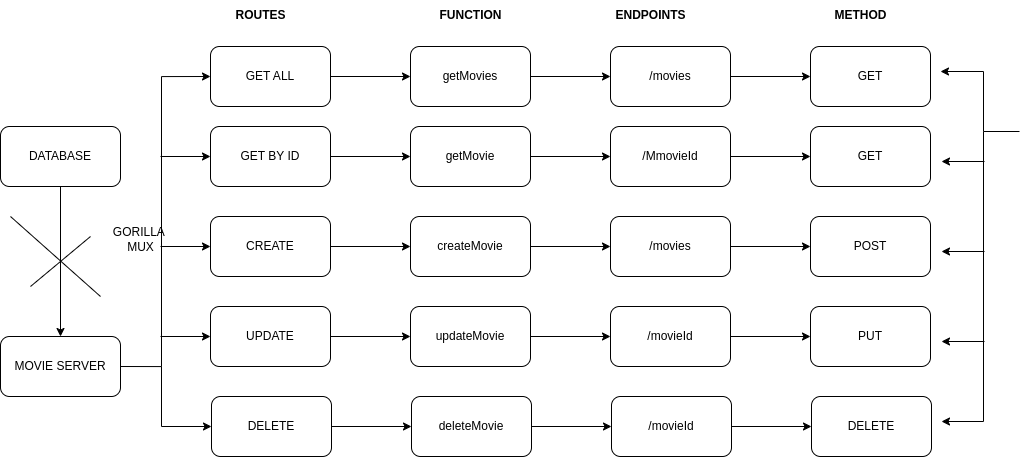
fakh1m/crudAPI keeps this draw.io diagram as CRUD API GOLANG.drawio.png. Above is the earlier version. Source tidied: cells renumbered, new cells last; positions are measured from the earlier drawing's top-left corner, leaving out a move shared by most shapes. The source it was exported from:
```xml
<mxGraphModel>
  <root>
    <mxCell id="0" />
    <mxCell id="1" parent="0" />
    <mxCell id="2" style="edgeStyle=orthogonalEdgeStyle;rounded=0;jettySize=auto;html=1;" parent="1" edge="1" source="3" target="5">
      <mxGeometry relative="1" as="geometry" />
    </mxCell>
    <mxCell id="3" value="DATABASE" style="rounded=1;whiteSpace=wrap;html=1;" parent="1" vertex="1">
      <mxGeometry y="126" width="120" height="60" as="geometry" />
    </mxCell>
    <mxCell id="4" style="edgeStyle=orthogonalEdgeStyle;rounded=0;jettySize=auto;html=1;exitX=1;exitY=0.5;exitDx=0;exitDy=0;" parent="1" edge="1" source="5">
      <mxGeometry relative="1" as="geometry">
        <mxPoint x="210" y="76" as="targetPoint" />
        <Array as="points">
          <mxPoint x="161" y="366" />
        </Array>
      </mxGeometry>
    </mxCell>
    <mxCell id="5" value="MOVIE SERVER" style="whiteSpace=wrap;html=1;rounded=1;" parent="1" vertex="1">
      <mxGeometry y="336" width="120" height="60" as="geometry" />
    </mxCell>
    <mxCell id="6" style="edgeStyle=orthogonalEdgeStyle;rounded=0;jettySize=auto;html=1;" parent="1" edge="1" source="7" target="23">
      <mxGeometry relative="1" as="geometry" />
    </mxCell>
    <mxCell id="7" value="GET ALL" style="rounded=1;whiteSpace=wrap;html=1;" parent="1" vertex="1">
      <mxGeometry x="210" y="46" width="120" height="60" as="geometry" />
    </mxCell>
    <mxCell id="8" style="endArrow=classic;html=1;rounded=0;" parent="1" edge="1">
      <mxGeometry relative="1" as="geometry">
        <mxPoint x="160" y="156" as="sourcePoint" />
        <mxPoint x="210" y="156" as="targetPoint" />
      </mxGeometry>
    </mxCell>
    <mxCell id="9" style="edgeStyle=orthogonalEdgeStyle;rounded=0;jettySize=auto;html=1;" parent="1" edge="1" source="10" target="28">
      <mxGeometry relative="1" as="geometry" />
    </mxCell>
    <mxCell id="10" value="GET BY ID" style="rounded=1;whiteSpace=wrap;html=1;" parent="1" vertex="1">
      <mxGeometry x="210" y="126" width="120" height="60" as="geometry" />
    </mxCell>
    <mxCell id="11" style="endArrow=classic;html=1;rounded=0;" parent="1" edge="1">
      <mxGeometry relative="1" as="geometry">
        <mxPoint x="160" y="246" as="sourcePoint" />
        <mxPoint x="210" y="246" as="targetPoint" />
      </mxGeometry>
    </mxCell>
    <mxCell id="12" style="edgeStyle=orthogonalEdgeStyle;rounded=0;jettySize=auto;html=1;" parent="1" edge="1" source="13" target="33">
      <mxGeometry relative="1" as="geometry" />
    </mxCell>
    <mxCell id="13" value="CREATE" style="rounded=1;whiteSpace=wrap;html=1;" parent="1" vertex="1">
      <mxGeometry x="210" y="216" width="120" height="60" as="geometry" />
    </mxCell>
    <mxCell id="14" style="endArrow=classic;html=1;rounded=0;" parent="1" edge="1">
      <mxGeometry relative="1" as="geometry">
        <mxPoint x="160" y="336" as="sourcePoint" />
        <mxPoint x="210" y="336" as="targetPoint" />
      </mxGeometry>
    </mxCell>
    <mxCell id="15" style="edgeStyle=orthogonalEdgeStyle;rounded=0;jettySize=auto;html=1;" parent="1" edge="1" source="16" target="38">
      <mxGeometry relative="1" as="geometry" />
    </mxCell>
    <mxCell id="16" value="UPDATE" style="rounded=1;whiteSpace=wrap;html=1;" parent="1" vertex="1">
      <mxGeometry x="210" y="306" width="120" height="60" as="geometry" />
    </mxCell>
    <mxCell id="17" style="endArrow=classic;html=1;rounded=0;" parent="1" edge="1">
      <mxGeometry relative="1" as="geometry">
        <mxPoint x="161" y="366" as="sourcePoint" />
        <mxPoint x="211" y="426" as="targetPoint" />
        <Array as="points">
          <mxPoint x="161" y="426" />
        </Array>
      </mxGeometry>
    </mxCell>
    <mxCell id="18" style="edgeStyle=orthogonalEdgeStyle;rounded=0;jettySize=auto;html=1;" parent="1" edge="1" source="19" target="43">
      <mxGeometry relative="1" as="geometry" />
    </mxCell>
    <mxCell id="19" value="DELETE" style="rounded=1;whiteSpace=wrap;html=1;" parent="1" vertex="1">
      <mxGeometry x="211" y="396" width="120" height="60" as="geometry" />
    </mxCell>
    <mxCell id="20" style="endArrow=none;html=1;rounded=0;" parent="1" edge="1">
      <mxGeometry relative="1" as="geometry">
        <mxPoint x="30" y="286" as="sourcePoint" />
        <mxPoint x="90" y="236" as="targetPoint" />
      </mxGeometry>
    </mxCell>
    <mxCell id="21" style="endArrow=none;html=1;rounded=0;" parent="1" edge="1">
      <mxGeometry relative="1" as="geometry">
        <mxPoint x="10" y="216" as="sourcePoint" />
        <mxPoint x="100" y="296" as="targetPoint" />
      </mxGeometry>
    </mxCell>
    <mxCell id="22" style="edgeStyle=orthogonalEdgeStyle;rounded=0;jettySize=auto;html=1;" parent="1" edge="1" source="23" target="25">
      <mxGeometry relative="1" as="geometry" />
    </mxCell>
    <mxCell id="23" value="getMovies" style="whiteSpace=wrap;html=1;rounded=1;" parent="1" vertex="1">
      <mxGeometry x="410" y="46" width="120" height="60" as="geometry" />
    </mxCell>
    <mxCell id="24" style="edgeStyle=orthogonalEdgeStyle;rounded=0;jettySize=auto;html=1;" parent="1" edge="1" source="25" target="26">
      <mxGeometry relative="1" as="geometry" />
    </mxCell>
    <mxCell id="25" value="/movies" style="whiteSpace=wrap;html=1;rounded=1;" parent="1" vertex="1">
      <mxGeometry x="610" y="46" width="120" height="60" as="geometry" />
    </mxCell>
    <mxCell id="26" value="GET" style="whiteSpace=wrap;html=1;rounded=1;" parent="1" vertex="1">
      <mxGeometry x="810" y="46" width="120" height="60" as="geometry" />
    </mxCell>
    <mxCell id="27" style="edgeStyle=orthogonalEdgeStyle;rounded=0;jettySize=auto;html=1;" parent="1" edge="1" source="28" target="30">
      <mxGeometry relative="1" as="geometry" />
    </mxCell>
    <mxCell id="28" value="getMovie" style="whiteSpace=wrap;html=1;rounded=1;" parent="1" vertex="1">
      <mxGeometry x="410" y="126" width="120" height="60" as="geometry" />
    </mxCell>
    <mxCell id="29" style="edgeStyle=orthogonalEdgeStyle;rounded=0;jettySize=auto;html=1;" parent="1" edge="1" source="30" target="31">
      <mxGeometry relative="1" as="geometry" />
    </mxCell>
    <mxCell id="30" value="/MmovieId" style="whiteSpace=wrap;html=1;rounded=1;" parent="1" vertex="1">
      <mxGeometry x="610" y="126" width="120" height="60" as="geometry" />
    </mxCell>
    <mxCell id="31" value="GET" style="whiteSpace=wrap;html=1;rounded=1;" parent="1" vertex="1">
      <mxGeometry x="810" y="126" width="120" height="60" as="geometry" />
    </mxCell>
    <mxCell id="32" style="edgeStyle=orthogonalEdgeStyle;rounded=0;jettySize=auto;html=1;" parent="1" edge="1" source="33" target="35">
      <mxGeometry relative="1" as="geometry" />
    </mxCell>
    <mxCell id="33" value="createMovie" style="whiteSpace=wrap;html=1;rounded=1;" parent="1" vertex="1">
      <mxGeometry x="410" y="216" width="120" height="60" as="geometry" />
    </mxCell>
    <mxCell id="34" style="edgeStyle=orthogonalEdgeStyle;rounded=0;jettySize=auto;html=1;" parent="1" edge="1" source="35" target="36">
      <mxGeometry relative="1" as="geometry" />
    </mxCell>
    <mxCell id="35" value="/movies" style="whiteSpace=wrap;html=1;rounded=1;" parent="1" vertex="1">
      <mxGeometry x="610" y="216" width="120" height="60" as="geometry" />
    </mxCell>
    <mxCell id="36" value="POST" style="whiteSpace=wrap;html=1;rounded=1;" parent="1" vertex="1">
      <mxGeometry x="810" y="216" width="120" height="60" as="geometry" />
    </mxCell>
    <mxCell id="37" style="edgeStyle=orthogonalEdgeStyle;rounded=0;jettySize=auto;html=1;" parent="1" edge="1" source="38" target="40">
      <mxGeometry relative="1" as="geometry" />
    </mxCell>
    <mxCell id="38" value="updateMovie" style="whiteSpace=wrap;html=1;rounded=1;" parent="1" vertex="1">
      <mxGeometry x="410" y="306" width="120" height="60" as="geometry" />
    </mxCell>
    <mxCell id="39" style="edgeStyle=orthogonalEdgeStyle;rounded=0;jettySize=auto;html=1;" parent="1" edge="1" source="40" target="41">
      <mxGeometry relative="1" as="geometry" />
    </mxCell>
    <mxCell id="40" value="/movieId" style="whiteSpace=wrap;html=1;rounded=1;" parent="1" vertex="1">
      <mxGeometry x="610" y="306" width="120" height="60" as="geometry" />
    </mxCell>
    <mxCell id="41" value="PUT" style="whiteSpace=wrap;html=1;rounded=1;" parent="1" vertex="1">
      <mxGeometry x="810" y="306" width="120" height="60" as="geometry" />
    </mxCell>
    <mxCell id="42" style="edgeStyle=orthogonalEdgeStyle;rounded=0;jettySize=auto;html=1;" parent="1" edge="1" source="43" target="45">
      <mxGeometry relative="1" as="geometry" />
    </mxCell>
    <mxCell id="43" value="deleteMovie" style="whiteSpace=wrap;html=1;rounded=1;" parent="1" vertex="1">
      <mxGeometry x="411" y="396" width="120" height="60" as="geometry" />
    </mxCell>
    <mxCell id="44" style="edgeStyle=orthogonalEdgeStyle;rounded=0;jettySize=auto;html=1;" parent="1" edge="1" source="45" target="46">
      <mxGeometry relative="1" as="geometry" />
    </mxCell>
    <mxCell id="45" value="/movieId" style="whiteSpace=wrap;html=1;rounded=1;" parent="1" vertex="1">
      <mxGeometry x="611" y="396" width="120" height="60" as="geometry" />
    </mxCell>
    <mxCell id="46" value="DELETE" style="whiteSpace=wrap;html=1;rounded=1;" parent="1" vertex="1">
      <mxGeometry x="811" y="396" width="120" height="60" as="geometry" />
    </mxCell>
    <mxCell id="47" style="edgeStyle=orthogonalEdgeStyle;rounded=0;orthogonalLoop=1;jettySize=auto;html=1;exitX=1;exitY=0.5;exitDx=0;exitDy=0;" parent="1" edge="1">
      <mxGeometry relative="1" as="geometry">
        <mxPoint x="1019" y="131" as="sourcePoint" />
        <mxPoint x="941" y="421" as="targetPoint" />
        <Array as="points">
          <mxPoint x="983" y="131" />
        </Array>
      </mxGeometry>
    </mxCell>
    <mxCell id="48" style="endArrow=classic;html=1;rounded=0;" parent="1" edge="1">
      <mxGeometry relative="1" as="geometry">
        <mxPoint x="984" y="341" as="sourcePoint" />
        <mxPoint x="941" y="341" as="targetPoint" />
      </mxGeometry>
    </mxCell>
    <mxCell id="49" style="endArrow=classic;html=1;rounded=0;" parent="1" edge="1">
      <mxGeometry relative="1" as="geometry">
        <mxPoint x="984" y="251" as="sourcePoint" />
        <mxPoint x="941" y="251" as="targetPoint" />
      </mxGeometry>
    </mxCell>
    <mxCell id="50" style="endArrow=classic;html=1;rounded=0;" parent="1" edge="1">
      <mxGeometry relative="1" as="geometry">
        <mxPoint x="984" y="161" as="sourcePoint" />
        <mxPoint x="941" y="161" as="targetPoint" />
      </mxGeometry>
    </mxCell>
    <mxCell id="51" style="endArrow=classic;html=1;rounded=0;" parent="1" edge="1">
      <mxGeometry relative="1" as="geometry">
        <mxPoint x="983" y="131" as="sourcePoint" />
        <mxPoint x="940" y="71" as="targetPoint" />
        <Array as="points">
          <mxPoint x="983" y="71" />
        </Array>
      </mxGeometry>
    </mxCell>
    <mxCell id="52" value="ROUTES" style="text;html=1;align=center;verticalAlign=middle;strokeColor=none;fillColor=none;fontStyle=1;" parent="1" vertex="1">
      <mxGeometry x="225" width="70" height="30" as="geometry" />
    </mxCell>
    <mxCell id="53" value="FUNCTION" style="text;html=1;align=center;verticalAlign=middle;strokeColor=none;fillColor=none;fontStyle=1;" parent="1" vertex="1">
      <mxGeometry x="425" width="90" height="30" as="geometry" />
    </mxCell>
    <mxCell id="54" value="ENDPOINTS" style="text;html=1;align=center;verticalAlign=middle;strokeColor=none;fillColor=none;fontStyle=1;" parent="1" vertex="1">
      <mxGeometry x="605" width="90" height="30" as="geometry" />
    </mxCell>
    <mxCell id="55" value="METHOD" style="text;html=1;align=center;verticalAlign=middle;strokeColor=none;fillColor=none;fontStyle=1;" parent="1" vertex="1">
      <mxGeometry x="820" width="80" height="30" as="geometry" />
    </mxCell>
    <mxCell id="56" value="GORILLA&amp;nbsp;&lt;div&gt;MUX&lt;/div&gt;" style="text;html=1;align=center;verticalAlign=middle;strokeColor=none;fillColor=none;" parent="1" vertex="1">
      <mxGeometry x="100" y="219" width="80" height="40" as="geometry" />
    </mxCell>
  </root>
</mxGraphModel>
```
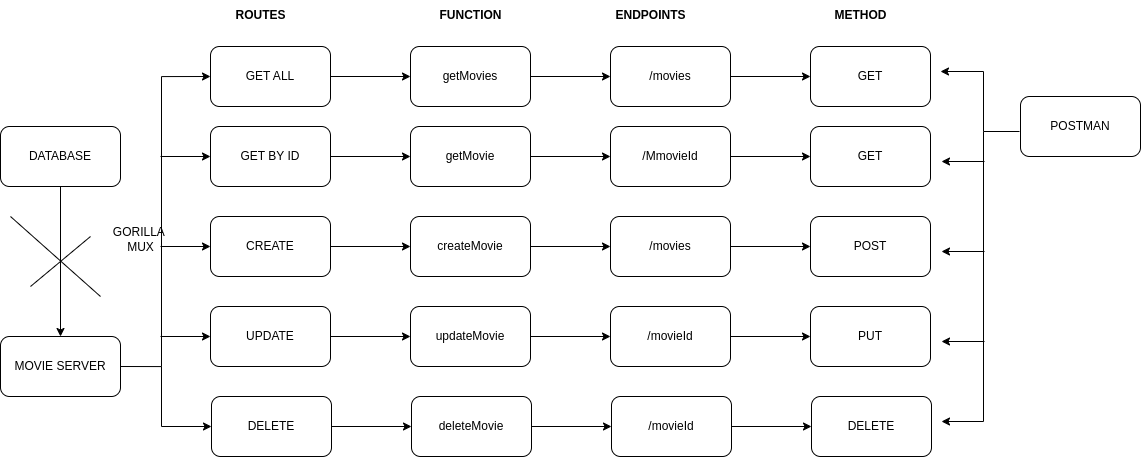
Above is the later version.

Change to the diagram source:
```diff
@@ -214,5 +214,8 @@
     <mxCell id="56" value="GORILLA&amp;nbsp;&lt;div&gt;MUX&lt;/div&gt;" style="text;html=1;align=center;verticalAlign=middle;strokeColor=none;fillColor=none;" parent="1" vertex="1">
       <mxGeometry x="100" y="219" width="80" height="40" as="geometry" />
     </mxCell>
+    <mxCell id="57" value="POSTMAN" style="rounded=1;whiteSpace=wrap;html=1;" parent="1" vertex="1">
+      <mxGeometry x="1020" y="96" width="120" height="60" as="geometry" />
+    </mxCell>
   </root>
 </mxGraphModel>
```
